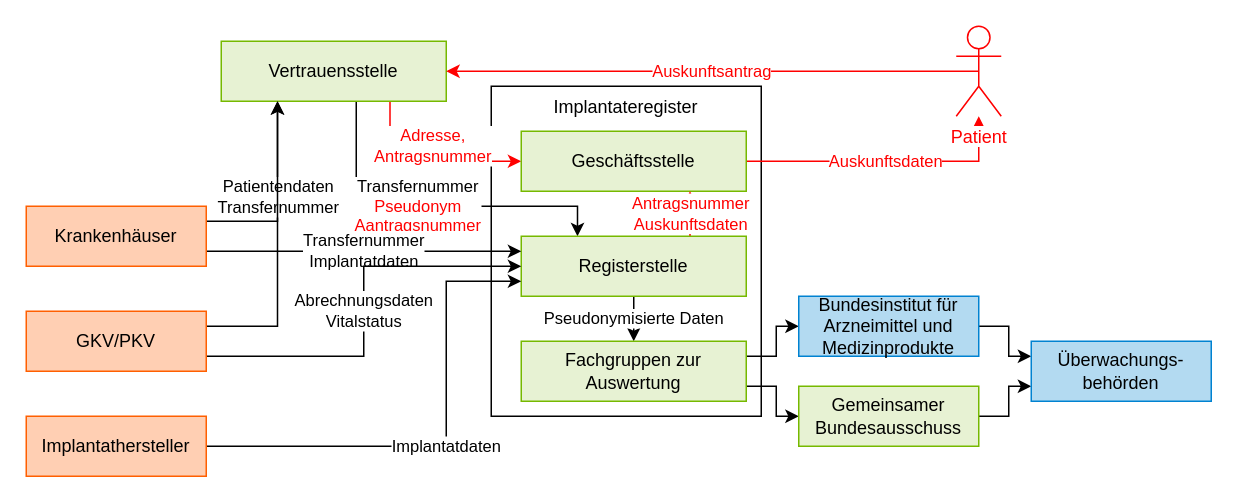
Before: Bilder/Implantateregister.drawio in dabrowskiw/VL-EinfuehrungGesundheitsinformatik, a draw.io diagram. Source tidied: cells renumbered, new cells numbered last; positions are measured from the earlier drawing's top-left corner, leaving out a move shared by most shapes. Both pictures are drawn from the tidied source at 150%, with x=0, y=0 at pixel (26, 26).
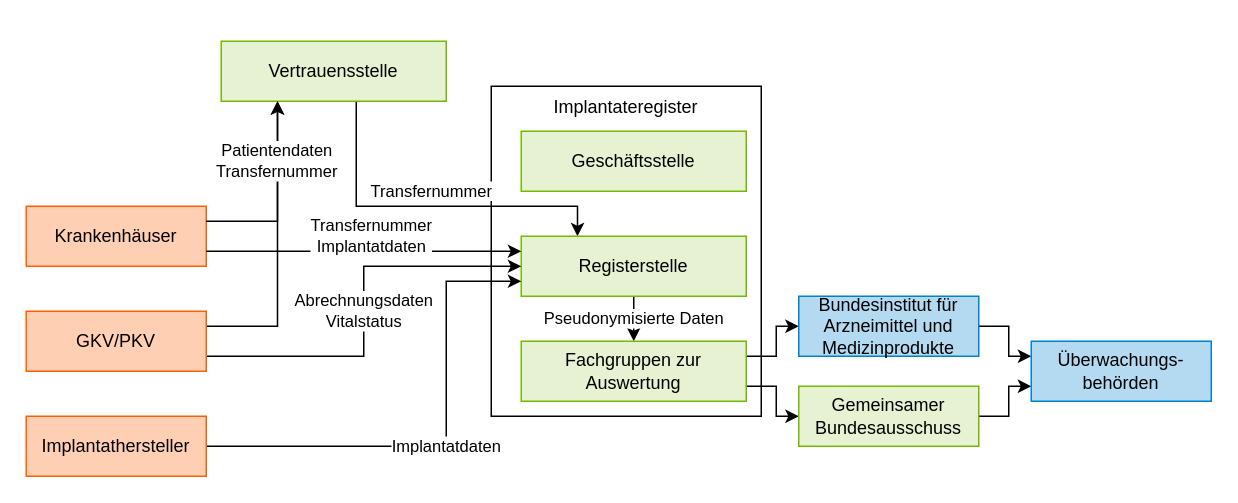
Above is the later version.

The change refers to these unchanged cells:
```xml
<mxCell id="5" value="Vertrauensstelle" style="rounded=0;whiteSpace=wrap;html=1;fillColor=#e7f2d3;strokeColor=#76B900;fontColor=#000000;" parent="1" vertex="1">
  <mxGeometry x="130" y="10" width="150" height="40" as="geometry" />
</mxCell>
<mxCell id="7" value="Geschäftsstelle" style="rounded=0;whiteSpace=wrap;html=1;fillColor=#e7f2d3;strokeColor=#76B900;fontColor=#000000;" parent="1" vertex="1">
  <mxGeometry x="330" y="70" width="150" height="40" as="geometry" />
</mxCell>
<mxCell id="10" value="Registerstelle" style="rounded=0;whiteSpace=wrap;html=1;fillColor=#e7f2d3;strokeColor=#76B900;fontColor=#000000;" parent="1" vertex="1">
  <mxGeometry x="330" y="140" width="150" height="40" as="geometry" />
</mxCell>
<mxCell id="13" value="Krankenhäuser" style="rounded=0;whiteSpace=wrap;html=1;fillColor=#FFCFB3;strokeColor=#FF5F00;fontColor=#000000;" parent="1" vertex="1">
  <mxGeometry y="120" width="120" height="40" as="geometry" />
</mxCell>
```

The edit, as a diff of the source:
```diff
@@
-    <mxCell id="3" value="Transfernummer&lt;br&gt;&lt;font color=&quot;#ff0000&quot;&gt;Pseudonym&lt;br&gt;Aantragsnummer&lt;br&gt;&lt;/font&gt;" style="edgeStyle=orthogonalEdgeStyle;rounded=0;jettySize=auto;html=1;exitX=0.5;exitY=1;exitDx=0;exitDy=0;entryX=0.25;entryY=0;entryDx=0;entryDy=0;" parent="1" edge="1" source="5" target="10">
-      <mxGeometry relative="1" as="geometry">
+    <mxCell id="3" value="Transfernummer&lt;font color=&quot;#ff0000&quot;&gt;&lt;br&gt;&lt;/font&gt;" style="edgeStyle=orthogonalEdgeStyle;rounded=0;jettySize=auto;html=1;exitX=0.5;exitY=1;exitDx=0;exitDy=0;entryX=0.25;entryY=0;entryDx=0;entryDy=0;" parent="1" edge="1" source="5" target="10">
+      <mxGeometry x="0.07" y="10" relative="1" as="geometry">
         <Array as="points">
           <mxPoint x="220" y="50" />
           <mxPoint x="220" y="120" />
           <mxPoint x="368" y="120" />
         </Array>
       </mxGeometry>
     </mxCell>
-    <mxCell id="4" value="&lt;font color=&quot;#ff0000&quot;&gt;Adresse,&lt;br&gt;Antragsnummer&lt;/font&gt;" style="edgeStyle=orthogonalEdgeStyle;rounded=0;jettySize=auto;html=1;exitX=0.75;exitY=1;exitDx=0;exitDy=0;entryX=0;entryY=0.5;entryDx=0;entryDy=0;strokeColor=#FF0000;" parent="1" edge="1" source="5" target="7">
-      <mxGeometry x="0.06" y="10" relative="1" as="geometry" />
-    </mxCell>
@@
-    <mxCell id="6" value="&lt;font color=&quot;#ff0000&quot;&gt;Auskunftsdaten&lt;/font&gt;" style="edgeStyle=orthogonalEdgeStyle;rounded=0;jettySize=auto;html=1;exitX=1;exitY=0.5;exitDx=0;exitDy=0;strokeColor=#FF0000;" parent="1" edge="1" source="7" target="28">
-      <mxGeometry relative="1" as="geometry" />
-    </mxCell>
@@
-    <mxCell id="9" value="&lt;font color=&quot;#ff0000&quot;&gt;Antragsnummer&lt;br&gt;Auskunftsdaten&lt;/font&gt;" style="edgeStyle=orthogonalEdgeStyle;rounded=0;jettySize=auto;html=1;exitX=0.75;exitY=0;exitDx=0;exitDy=0;entryX=0.75;entryY=1;entryDx=0;entryDy=0;strokeColor=#FF0000;" parent="1" edge="1" source="10" target="7">
-      <mxGeometry relative="1" as="geometry" />
-    </mxCell>
@@
-    <mxCell id="11" value="Patientendaten&lt;br&gt;Transfernummer" style="edgeStyle=orthogonalEdgeStyle;rounded=0;jettySize=auto;html=1;exitX=1;exitY=0.25;exitDx=0;exitDy=0;entryX=0.25;entryY=1;entryDx=0;entryDy=0;" parent="1" edge="1" source="13" target="5">
-      <mxGeometry relative="1" as="geometry" />
-    </mxCell>
-    <mxCell id="12" value="Transfernummer&lt;br&gt;Implantatdaten" style="edgeStyle=orthogonalEdgeStyle;rounded=0;jettySize=auto;html=1;exitX=1;exitY=0.75;exitDx=0;exitDy=0;entryX=0;entryY=0.25;entryDx=0;entryDy=0;" parent="1" edge="1" source="13" target="10">
-      <mxGeometry relative="1" as="geometry" />
-    </mxCell>
@@
-    <mxCell id="27" value="&lt;font color=&quot;#ff0000&quot;&gt;Auskunftsantrag&lt;/font&gt;" style="edgeStyle=orthogonalEdgeStyle;rounded=0;jettySize=auto;html=1;exitX=0.5;exitY=0.5;exitDx=0;exitDy=0;exitPerimeter=0;entryX=1;entryY=0.5;entryDx=0;entryDy=0;strokeColor=#FF0000;" parent="1" edge="1" source="28" target="5">
-      <mxGeometry relative="1" as="geometry" />
-    </mxCell>
-    <mxCell id="28" value="Patient" style="shape=umlActor;verticalLabelPosition=bottom;labelBackgroundColor=#ffffff;verticalAlign=top;html=1;outlineConnect=0;strokeColor=#FF0000;fontColor=#FF0000;" parent="1" vertex="1">
-      <mxGeometry x="620" width="30" height="60" as="geometry" />
-    </mxCell>
+    <mxCell id="11" value="Patientendaten&lt;br&gt;Transfernummer" style="edgeStyle=orthogonalEdgeStyle;rounded=0;jettySize=auto;html=1;exitX=1;exitY=0.25;exitDx=0;exitDy=0;entryX=0.25;entryY=1;entryDx=0;entryDy=0;" parent="1" edge="1" source="13" target="5">
+      <mxGeometry x="0.38" relative="1" as="geometry" />
+    </mxCell>
+    <mxCell id="12" value="Transfernummer&lt;br&gt;Implantatdaten" style="edgeStyle=orthogonalEdgeStyle;rounded=0;jettySize=auto;html=1;exitX=1;exitY=0.75;exitDx=0;exitDy=0;entryX=0;entryY=0.25;entryDx=0;entryDy=0;" parent="1" edge="1" source="13" target="10">
+      <mxGeometry x="0.05" y="10" relative="1" as="geometry" />
+    </mxCell>
```
